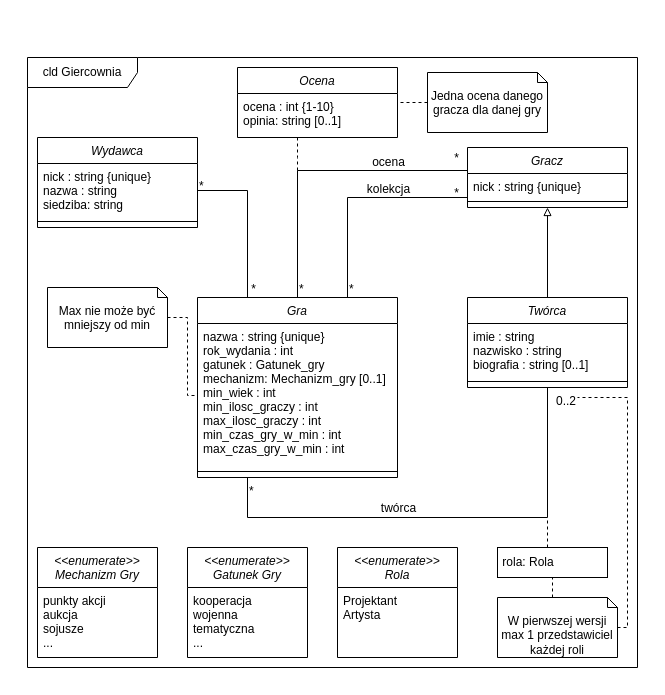
Earlier version of the draw.io diagram MP0/tin_zaoczne_18c_s17524_model.drawio (BielinskiLukasz/TIN). Source tidied: cells renumbered, new cells numbered last; positions are measured from the earlier drawing's top-left corner, leaving out a move shared by most shapes. Both pictures are drawn from the tidied source at 100%, with x=0, y=0 at pixel (17, 47).
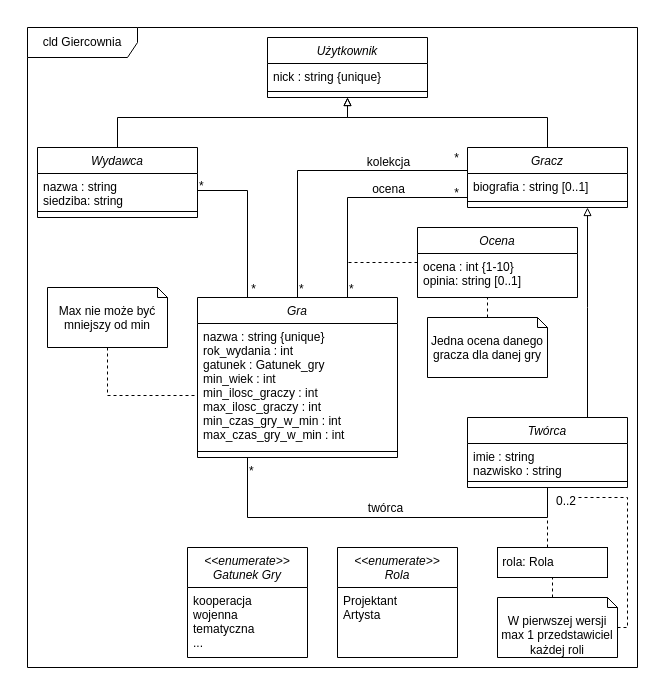
After the change.

Commit message (it also covers changes not shown here):
Update UML diagram

The change refers to these unchanged cells:
```xml
<mxCell id="7" value="Gracz" style="swimlane;fontStyle=2;align=center;verticalAlign=top;horizontal=1;startSize=26;rounded=0;shadow=0;strokeWidth=1;" parent="1" vertex="1">
  <mxGeometry x="450" y="100" width="160" height="60" as="geometry" />
</mxCell>
<mxCell id="20" style="endArrow=none;shadow=0;strokeWidth=1;rounded=0;endFill=0;edgeStyle=elbowEdgeStyle;elbow=vertical;exitX=0.75;exitY=0;exitDx=0;exitDy=0;" parent="1" edge="1" source="4">
  <mxGeometry x="0.5" y="41" relative="1" as="geometry">
    <mxPoint x="450" y="150" as="targetPoint" />
    <Array as="points">
      <mxPoint x="390" y="150" />
      <mxPoint x="400" y="160" />
      <mxPoint x="390" y="103" />
    </Array>
    <mxPoint x="-40" y="32" as="offset" />
  </mxGeometry>
</mxCell>
<mxCell id="24" style="endArrow=none;shadow=0;strokeWidth=1;rounded=0;endFill=0;edgeStyle=elbowEdgeStyle;elbow=vertical;exitX=0.5;exitY=0;exitDx=0;exitDy=0;entryX=0;entryY=0.25;entryDx=0;entryDy=0;" parent="1" edge="1" source="4" target="7">
  <mxGeometry x="0.5" y="41" relative="1" as="geometry">
    <Array as="points">
      <mxPoint x="370" y="123" />
      <mxPoint x="350" y="63" />
    </Array>
    <mxPoint x="-40" y="32" as="offset" />
  </mxGeometry>
</mxCell>
<mxCell id="35" style="endArrow=none;shadow=0;strokeWidth=1;rounded=0;endFill=0;edgeStyle=elbowEdgeStyle;elbow=vertical;entryX=0.5;entryY=1;entryDx=0;entryDy=0;exitX=0.25;exitY=1;exitDx=0;exitDy=0;" parent="1" edge="1" source="4" target="29">
  <mxGeometry x="0.5" y="41" relative="1" as="geometry">
    <Array as="points">
      <mxPoint x="410" y="470" />
      <mxPoint x="380" y="500" />
    </Array>
    <mxPoint x="-40" y="32" as="offset" />
  </mxGeometry>
</mxCell>
<mxCell id="44" value="Max nie może być mniejszy od min" style="shape=note2;boundedLbl=1;whiteSpace=wrap;html=1;size=10;verticalAlign=top;align=center;" parent="1" vertex="1">
  <mxGeometry x="30" y="240" width="120" height="60" as="geometry" />
</mxCell>
<mxCell id="49" value="W pierwszej wersji max 1 przedstawiciel każdej roli" style="shape=note2;boundedLbl=1;whiteSpace=wrap;html=1;size=10;verticalAlign=top;align=center;" parent="1" vertex="1">
  <mxGeometry x="480" y="550" width="120" height="60" as="geometry" />
</mxCell>
```

Diff of the diagram source:
```diff
@@
     <mxCell id="2" style="rounded=0;whiteSpace=wrap;html=1;strokeColor=#FFFFFF;" parent="1" vertex="1">
-      <mxGeometry width="630" height="630" as="geometry" />
+      <mxGeometry y="-30" width="630" height="660" as="geometry" />
     </mxCell>
     <mxCell id="3" value="cld Giercownia" style="shape=umlFrame;whiteSpace=wrap;html=1;width=110;height=30;" parent="1" vertex="1">
-      <mxGeometry x="10" y="10" width="610" height="610" as="geometry" />
+      <mxGeometry x="10" y="-20" width="610" height="640" as="geometry" />
     </mxCell>
     <mxCell id="4" value="Gra" style="swimlane;fontStyle=2;align=center;verticalAlign=top;horizontal=1;startSize=26;rounded=0;shadow=0;strokeWidth=1;" parent="1" vertex="1">
-      <mxGeometry x="180" y="250" width="200" height="180" as="geometry" />
+      <mxGeometry x="180" y="250" width="200" height="160" as="geometry" />
     </mxCell>
-    <mxCell id="5" value="nazwa : string {unique}&#10;rok_wydania : int&#10;gatunek : Gatunek_gry&#10;mechanizm: Mechanizm_gry [0..1]&#10;min_wiek : int&#10;min_ilosc_graczy : int&#10;max_ilosc_graczy : int&#10;min_czas_gry_w_min : int&#10;max_czas_gry_w_min : int" style="text;align=left;verticalAlign=top;spacingLeft=4;spacingRight=4;overflow=hidden;points=[[0,0.5],[1,0.5]];portConstraint=eastwest;" parent="4" vertex="1">
-      <mxGeometry y="26" width="200" height="144" as="geometry" />
+    <mxCell id="5" value="nazwa : string {unique}&#10;rok_wydania : int&#10;gatunek : Gatunek_gry&#10;min_wiek : int&#10;min_ilosc_graczy : int&#10;max_ilosc_graczy : int&#10;min_czas_gry_w_min : int&#10;max_czas_gry_w_min : int" style="text;align=left;verticalAlign=top;spacingLeft=4;spacingRight=4;overflow=hidden;points=[[0,0.5],[1,0.5]];portConstraint=eastwest;" parent="4" vertex="1">
+      <mxGeometry y="26" width="200" height="124" as="geometry" />
     </mxCell>
     <mxCell id="6" style="line;html=1;strokeWidth=1;align=left;verticalAlign=middle;spacingTop=-1;spacingLeft=3;spacingRight=3;labelPosition=right;" parent="4" vertex="1">
-      <mxGeometry y="170" width="200" height="8" as="geometry" />
+      <mxGeometry y="150" width="200" height="8" as="geometry" />
     </mxCell>
+    <mxCell id="50" style="edgeStyle=orthogonalEdgeStyle;rounded=0;jettySize=auto;html=1;endArrow=block;endFill=0;" parent="1" edge="1" source="7">
+      <mxGeometry relative="1" as="geometry">
+        <mxPoint x="330" y="50" as="targetPoint" />
+        <Array as="points">
+          <mxPoint x="530" y="70" />
+          <mxPoint x="330" y="70" />
+        </Array>
+      </mxGeometry>
+    </mxCell>
@@
-    <mxCell id="8" value="nick : string {unique}" style="text;align=left;verticalAlign=top;spacingLeft=4;spacingRight=4;overflow=hidden;" parent="7" vertex="1">
+    <mxCell id="8" value="biografia : string [0..1]" style="text;align=left;verticalAlign=top;spacingLeft=4;spacingRight=4;overflow=hidden;" parent="7" vertex="1">
       <mxGeometry y="26" width="160" height="24" as="geometry" />
     </mxCell>
@@
+    <mxCell id="51" style="edgeStyle=orthogonalEdgeStyle;rounded=0;jettySize=auto;html=1;entryX=0.5;entryY=1;entryDx=0;entryDy=0;endArrow=block;endFill=0;" parent="1" edge="1" source="14" target="52">
+      <mxGeometry relative="1" as="geometry">
+        <Array as="points">
+          <mxPoint x="100" y="70" />
+          <mxPoint x="330" y="70" />
+        </Array>
+      </mxGeometry>
+    </mxCell>
     <mxCell id="14" value="Wydawca" style="swimlane;fontStyle=2;align=center;verticalAlign=top;horizontal=1;startSize=26;rounded=0;shadow=0;strokeWidth=1;" parent="1" vertex="1">
-      <mxGeometry x="20" y="90" width="160" height="90" as="geometry" />
+      <mxGeometry x="20" y="100" width="160" height="70" as="geometry" />
     </mxCell>
-    <mxCell id="15" value="nick : string {unique}&#10;nazwa : string&#10;siedziba: string" style="text;align=left;verticalAlign=top;spacingLeft=4;spacingRight=4;overflow=hidden;points=[[0,0.5],[1,0.5]];portConstraint=eastwest;" parent="14" vertex="1">
-      <mxGeometry y="26" width="160" height="54" as="geometry" />
+    <mxCell id="15" value="nazwa : string&#10;siedziba: string" style="text;align=left;verticalAlign=top;spacingLeft=4;spacingRight=4;overflow=hidden;points=[[0,0.5],[1,0.5]];portConstraint=eastwest;" parent="14" vertex="1">
+      <mxGeometry y="26" width="160" height="34" as="geometry" />
     </mxCell>
     <mxCell id="16" style="line;html=1;strokeWidth=1;align=left;verticalAlign=middle;spacingTop=-1;spacingLeft=3;spacingRight=3;labelPosition=right;" parent="14" vertex="1">
-      <mxGeometry y="80" width="160" height="8" as="geometry" />
+      <mxGeometry y="60" width="160" height="8" as="geometry" />
     </mxCell>
@@
-    <mxCell id="23" value="kolekcja" style="text;html=1;align=center;verticalAlign=middle;labelBackgroundColor=none;rounded=0;shadow=0;strokeWidth=1;fontSize=12;" parent="20" vertex="1">
+    <mxCell id="23" value="ocena" style="text;html=1;align=center;verticalAlign=middle;labelBackgroundColor=none;rounded=0;shadow=0;strokeWidth=1;fontSize=12;" parent="20" vertex="1">
       <mxGeometry x="0.5" y="49" relative="1" as="geometry">
         <mxPoint x="-25" y="40" as="offset" />
       </mxGeometry>
     </mxCell>
@@
-    <mxCell id="27" value="ocena" style="text;html=1;align=center;verticalAlign=middle;labelBackgroundColor=none;rounded=0;shadow=0;strokeWidth=1;fontSize=12;" parent="24" vertex="1">
+    <mxCell id="27" value="kolekcja" style="text;html=1;align=center;verticalAlign=middle;labelBackgroundColor=none;rounded=0;shadow=0;strokeWidth=1;fontSize=12;" parent="24" vertex="1">
       <mxGeometry x="0.5" y="49" relative="1" as="geometry">
         <mxPoint x="-12" y="40" as="offset" />
       </mxGeometry>
     </mxCell>
-    <mxCell id="28" style="edgeStyle=orthogonalEdgeStyle;rounded=0;jettySize=auto;html=1;entryX=0.5;entryY=1;entryDx=0;entryDy=0;endArrow=block;endFill=0;" parent="1" edge="1" source="29" target="7">
-      <mxGeometry relative="1" as="geometry" />
+    <mxCell id="28" style="edgeStyle=orthogonalEdgeStyle;rounded=0;jettySize=auto;html=1;endArrow=block;endFill=0;entryX=0.75;entryY=1;entryDx=0;entryDy=0;" parent="1" edge="1" source="29" target="7">
+      <mxGeometry relative="1" as="geometry">
+        <Array as="points">
+          <mxPoint x="570" y="260" />
+          <mxPoint x="570" y="260" />
+        </Array>
+      </mxGeometry>
     </mxCell>
     <mxCell id="29" value="Twórca" style="swimlane;fontStyle=2;align=center;verticalAlign=top;horizontal=1;startSize=26;rounded=0;shadow=0;strokeWidth=1;" parent="1" vertex="1">
-      <mxGeometry x="450" y="250" width="160" height="90" as="geometry" />
+      <mxGeometry x="450" y="370" width="160" height="70" as="geometry" />
     </mxCell>
-    <mxCell id="30" value="imie : string&#10;nazwisko : string&#10;biografia : string [0..1]" style="text;align=left;verticalAlign=top;spacingLeft=4;spacingRight=4;overflow=hidden;" parent="29" vertex="1">
-      <mxGeometry y="26" width="160" height="54" as="geometry" />
+    <mxCell id="30" value="imie : string&#10;nazwisko : string&#10;" style="text;align=left;verticalAlign=top;spacingLeft=4;spacingRight=4;overflow=hidden;" parent="29" vertex="1">
+      <mxGeometry y="26" width="160" height="34" as="geometry" />
     </mxCell>
     <mxCell id="31" style="line;html=1;strokeWidth=1;align=left;verticalAlign=middle;spacingTop=-1;spacingLeft=3;spacingRight=3;labelPosition=right;" parent="29" vertex="1">
-      <mxGeometry y="80" width="160" height="8" as="geometry" />
+      <mxGeometry y="60" width="160" height="8" as="geometry" />
     </mxCell>
     <mxCell id="32" style="edgeStyle=orthogonalEdgeStyle;rounded=0;jettySize=auto;html=1;dashed=1;endArrow=none;endFill=0;" parent="1" edge="1" source="33">
       <mxGeometry relative="1" as="geometry">
-        <mxPoint x="280" y="130" as="targetPoint" />
-        <Array as="points">
-          <mxPoint x="280" y="110" />
-          <mxPoint x="280" y="110" />
-        </Array>
+        <mxPoint x="330" y="215" as="targetPoint" />
       </mxGeometry>
     </mxCell>
     <mxCell id="33" value="Ocena" style="swimlane;fontStyle=2;align=center;verticalAlign=top;horizontal=1;startSize=26;rounded=0;shadow=0;strokeWidth=1;" parent="1" vertex="1">
-      <mxGeometry x="220" y="20" width="160" height="70" as="geometry" />
+      <mxGeometry x="400" y="180" width="160" height="70" as="geometry" />
     </mxCell>
@@
     <mxCell id="38" value="twórca" style="text;html=1;align=center;verticalAlign=middle;labelBackgroundColor=none;rounded=0;shadow=0;strokeWidth=1;fontSize=12;" parent="35" vertex="1">
       <mxGeometry x="0.5" y="49" relative="1" as="geometry">
-        <mxPoint x="-101" y="3" as="offset" />
+        <mxPoint x="-95" y="39" as="offset" />
       </mxGeometry>
     </mxCell>
-    <mxCell id="39" value="&lt;&lt;enumerate&gt;&gt;&#10;Mechanizm Gry" style="swimlane;fontStyle=2;align=center;verticalAlign=top;horizontal=1;startSize=40;rounded=0;shadow=0;strokeWidth=1;" parent="1" vertex="1">
-      <mxGeometry x="20" y="500" width="120" height="110" as="geometry" />
-    </mxCell>
-    <mxCell id="40" value="punkty akcji&#10;aukcja&#10;sojusze&#10;..." style="text;align=left;verticalAlign=top;spacingLeft=4;spacingRight=4;overflow=hidden;" parent="39" vertex="1">
-      <mxGeometry y="40" width="120" height="70" as="geometry" />
-    </mxCell>
     <mxCell id="41" style="edgeStyle=orthogonalEdgeStyle;rounded=0;jettySize=auto;html=1;endArrow=none;endFill=0;dashed=1;" parent="1" edge="1" source="42">
       <mxGeometry relative="1" as="geometry">
-        <mxPoint x="380" y="55" as="targetPoint" />
+        <mxPoint x="470" y="250" as="targetPoint" />
         <Array as="points">
-          <mxPoint x="380" y="55" />
+          <mxPoint x="470" y="250" />
         </Array>
       </mxGeometry>
     </mxCell>
     <mxCell id="42" value="Jedna ocena danego gracza dla danej gry" style="shape=note2;boundedLbl=1;whiteSpace=wrap;html=1;size=10;verticalAlign=top;align=center;" parent="1" vertex="1">
-      <mxGeometry x="410" y="25" width="120" height="60" as="geometry" />
+      <mxGeometry x="410" y="270" width="120" height="60" as="geometry" />
     </mxCell>
-    <mxCell id="43" style="edgeStyle=orthogonalEdgeStyle;rounded=0;jettySize=auto;html=1;dashed=1;endArrow=none;endFill=0;" parent="1" edge="1" source="44" target="5">
+    <mxCell id="43" style="edgeStyle=orthogonalEdgeStyle;rounded=0;jettySize=auto;html=1;dashed=1;endArrow=none;endFill=0;exitX=0.5;exitY=1;exitDx=0;exitDy=0;exitPerimeter=0;" parent="1" edge="1" source="44" target="5">
       <mxGeometry relative="1" as="geometry">
         <Array as="points">
-          <mxPoint x="170" y="270" />
-          <mxPoint x="170" y="348" />
+          <mxPoint x="90" y="348" />
         </Array>
       </mxGeometry>
     </mxCell>
@@
     <mxCell id="48" style="edgeStyle=orthogonalEdgeStyle;rounded=0;jettySize=auto;html=1;dashed=1;endArrow=none;endFill=0;" parent="1" edge="1" source="49">
       <mxGeometry relative="1" as="geometry">
-        <mxPoint x="560" y="350" as="targetPoint" />
+        <mxPoint x="560" y="450" as="targetPoint" />
         <Array as="points">
           <mxPoint x="610" y="580" />
-          <mxPoint x="610" y="350" />
+          <mxPoint x="610" y="450" />
+          <mxPoint x="560" y="450" />
         </Array>
       </mxGeometry>
     </mxCell>
@@
+    <mxCell id="52" value="Użytkownik" style="swimlane;fontStyle=2;align=center;verticalAlign=top;horizontal=1;startSize=26;rounded=0;shadow=0;strokeWidth=1;" parent="1" vertex="1">
+      <mxGeometry x="250" y="-10" width="160" height="60" as="geometry" />
+    </mxCell>
+    <mxCell id="53" value="nick : string {unique}" style="text;align=left;verticalAlign=top;spacingLeft=4;spacingRight=4;overflow=hidden;" parent="52" vertex="1">
+      <mxGeometry y="26" width="160" height="24" as="geometry" />
+    </mxCell>
+    <mxCell id="54" style="line;html=1;strokeWidth=1;align=left;verticalAlign=middle;spacingTop=-1;spacingLeft=3;spacingRight=3;labelPosition=right;" parent="52" vertex="1">
+      <mxGeometry y="50" width="160" height="8" as="geometry" />
+    </mxCell>
```
